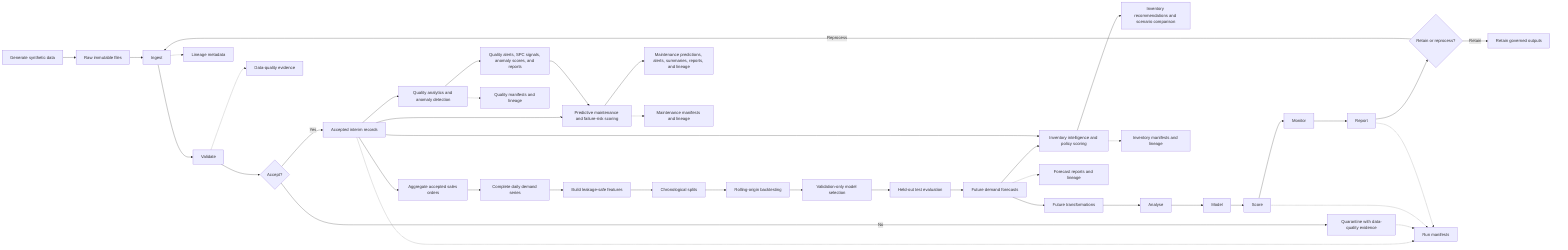
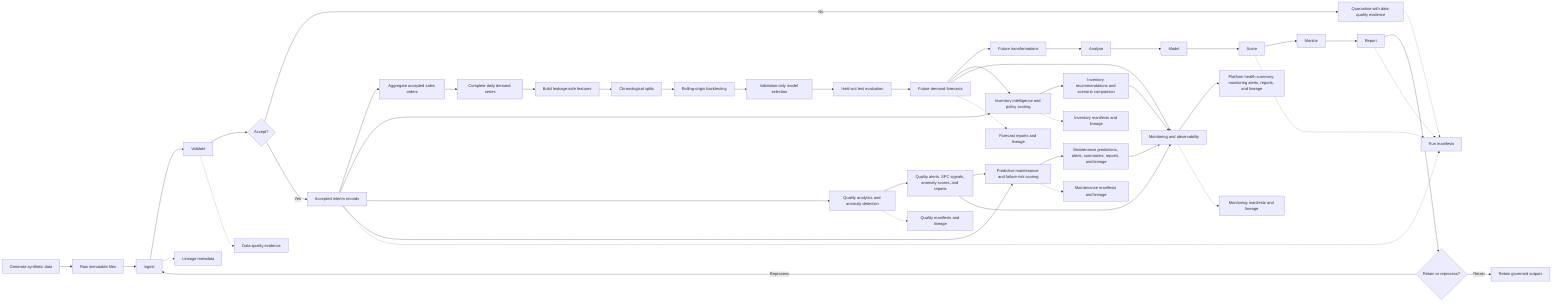
flowchart LR
    Generate["Generate synthetic data"] --> Raw["Raw immutable files"]
    Raw --> Ingest["Ingest"]
    Ingest --> Validate["Validate"]
    Validate --> Decision{"Accept?"}
    Decision -- No --> Quarantine["Quarantine with data-quality evidence"]
    Decision -- Yes --> Accepted["Accepted interim records"]
    Accepted --> Demand["Aggregate accepted sales orders"]
    Demand --> Complete["Complete daily demand series"]
    Complete --> Feature["Build leakage-safe features"]
    Feature --> Split["Chronological splits"]
    Split --> Backtest["Rolling-origin backtesting"]
    Backtest --> Select["Validation-only model selection"]
    Select --> Test["Held-out test evaluation"]
    Test --> Forecast["Future demand forecasts"]
    Forecast --> Transform["Future transformations"]
    Forecast --> Inventory["Inventory intelligence and policy scoring"]
    Accepted --> Inventory
    Inventory --> InventoryOutputs["Inventory recommendations and scenario comparison"]
    Accepted --> Quality["Quality analytics and anomaly detection"]
    Quality --> QualityOutputs["Quality alerts, SPC signals, anomaly scores, and reports"]
    Accepted --> Maintenance["Predictive maintenance and failure-risk scoring"]
    QualityOutputs --> Maintenance
    Maintenance --> MaintenanceOutputs["Maintenance predictions, alerts, summaries, reports, and lineage"]
+     MaintenanceOutputs --> Monitoring["Monitoring and observability"]
+     Forecast --> Monitoring
+     InventoryOutputs --> Monitoring
+     QualityOutputs --> Monitoring
+     Monitoring --> MonitoringOutputs["Platform health summary, monitoring alerts, reports, and lineage"]
    Transform --> Analyse["Analyse"]
    Analyse --> Model["Model"]
    Model --> Score["Score"]
    Score --> Monitor["Monitor"]
    Monitor --> Report["Report"]
    Report --> Retain{"Retain or reprocess?"}
    Retain -- Retain --> Archive["Retain governed outputs"]
    Retain -- Reprocess --> Ingest

    Ingest -.-> Lineage["Lineage metadata"]
    Validate -.-> Evidence["Data-quality evidence"]
    Forecast -.-> ForecastLineage["Forecast reports and lineage"]
    Inventory -.-> InventoryLineage["Inventory manifests and lineage"]
    Quality -.-> QualityLineage["Quality manifests and lineage"]
    Maintenance -.-> MaintenanceLineage["Maintenance manifests and lineage"]
+     Monitoring -.-> MonitoringLineage["Monitoring manifests and lineage"]
    Accepted -.-> Manifest["Run manifests"]
    Quarantine -.-> Manifest
    Score -.-> Manifest
    Report -.-> Manifest
